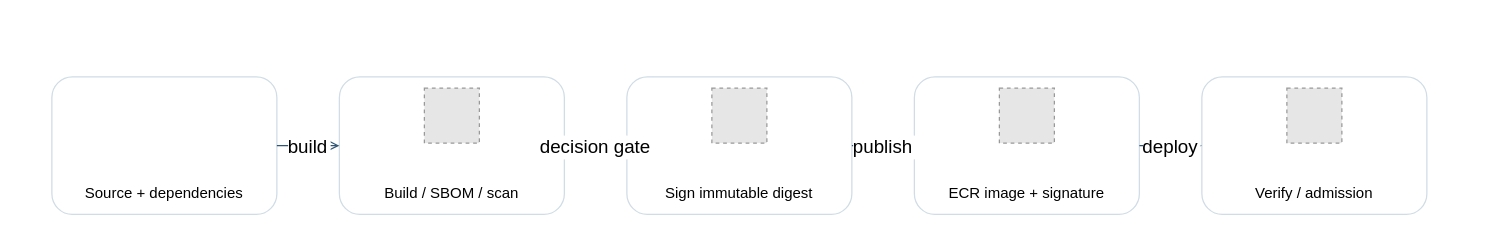
Above: workshop/static/images/supply-chain.drawio in toannd021104/AWS-Security-Workshop-EKS-defense-in-dept (draw.io), before the change. Source tidied: cells renumbered, new cells numbered last; positions are measured from the earlier drawing's top-left corner, leaving out a move shared by most shapes. Both pictures are drawn from the tidied source at 125%, with x=0, y=0 at pixel (51, 76). Pictures stored in the file or linked from it are replaced by grey dashed boxes.
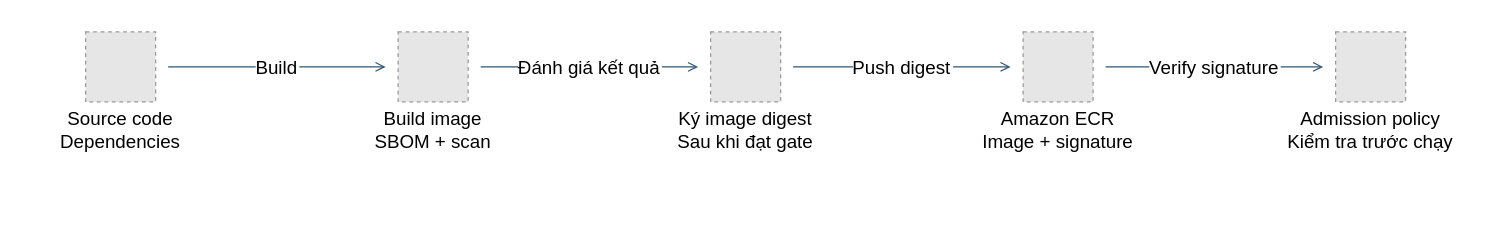
After the change.

Change to the diagram source:
```diff
@@
-<mxGraphModel background="#ffffff">
+<mxGraphModel>
   <root>
     <mxCell id="0" />
     <mxCell id="1" parent="0" />
-    <mxCell id="2" value="Source + dependencies" style="rounded=1;fillColor=#ffffff;strokeColor=#d0dce6;verticalAlign=bottom;spacingBottom=8;" parent="1" vertex="1">
-      <mxGeometry width="180" height="110" as="geometry" />
+    <mxCell id="2" value="Source code&#10;Dependencies" style="fillColor=none;strokeColor=none;fontSize=15;verticalAlign=bottom;spacingBottom=8;" parent="1" vertex="1">
+      <mxGeometry x="-25" y="-45" width="160" height="115" as="geometry" />
     </mxCell>
-    <mxCell id="3" value="Build / SBOM / scan" style="rounded=1;fillColor=#ffffff;strokeColor=#d0dce6;verticalAlign=bottom;spacingBottom=8;" parent="1" vertex="1">
-      <mxGeometry x="230" width="180" height="110" as="geometry" />
+    <mxCell id="3" value="Build image&#10;SBOM + scan" style="fillColor=none;strokeColor=none;fontSize=15;verticalAlign=bottom;spacingBottom=8;" parent="1" vertex="1">
+      <mxGeometry x="225" y="-45" width="160" height="115" as="geometry" />
     </mxCell>
-    <mxCell id="4" value="Sign immutable digest" style="rounded=1;fillColor=#ffffff;strokeColor=#d0dce6;verticalAlign=bottom;spacingBottom=8;" parent="1" vertex="1">
-      <mxGeometry x="460" width="180" height="110" as="geometry" />
+    <mxCell id="4" value="Ký image digest&#10;Sau khi đạt gate" style="fillColor=none;strokeColor=none;fontSize=15;verticalAlign=bottom;spacingBottom=8;" parent="1" vertex="1">
+      <mxGeometry x="475" y="-45" width="160" height="115" as="geometry" />
     </mxCell>
-    <mxCell id="5" value="ECR image + signature" style="rounded=1;fillColor=#ffffff;strokeColor=#d0dce6;verticalAlign=bottom;spacingBottom=8;" parent="1" vertex="1">
-      <mxGeometry x="690" width="180" height="110" as="geometry" />
+    <mxCell id="5" value="Amazon ECR&#10;Image + signature" style="fillColor=none;strokeColor=none;fontSize=15;verticalAlign=bottom;spacingBottom=8;" parent="1" vertex="1">
+      <mxGeometry x="725" y="-45" width="160" height="115" as="geometry" />
     </mxCell>
-    <mxCell id="6" value="Verify / admission" style="rounded=1;fillColor=#ffffff;strokeColor=#d0dce6;verticalAlign=bottom;spacingBottom=8;" parent="1" vertex="1">
-      <mxGeometry x="920" width="180" height="110" as="geometry" />
+    <mxCell id="6" value="Admission policy&#10;Kiểm tra trước chạy" style="fillColor=none;strokeColor=none;fontSize=15;verticalAlign=bottom;spacingBottom=8;" parent="1" vertex="1">
+      <mxGeometry x="975" y="-45" width="160" height="115" as="geometry" />
     </mxCell>
+    <mxCell id="15" style="fillColor=#E6E6E6;strokeColor=#999999;dashed=1;" parent="1" vertex="1">
+      <mxGeometry x="27" y="-36" width="56" height="56" as="geometry" />
+    </mxCell>
     <mxCell id="7" style="fillColor=#E6E6E6;strokeColor=#999999;dashed=1;" parent="1" vertex="1">
-      <mxGeometry x="298" y="9" width="44" height="44" as="geometry" />
+      <mxGeometry x="277" y="-36" width="56" height="56" as="geometry" />
     </mxCell>
     <mxCell id="8" style="fillColor=#E6E6E6;strokeColor=#999999;dashed=1;" parent="1" vertex="1">
-      <mxGeometry x="528" y="9" width="44" height="44" as="geometry" />
+      <mxGeometry x="527" y="-36" width="56" height="56" as="geometry" />
     </mxCell>
     <mxCell id="9" style="fillColor=#E6E6E6;strokeColor=#999999;dashed=1;" parent="1" vertex="1">
-      <mxGeometry x="758" y="9" width="44" height="44" as="geometry" />
+      <mxGeometry x="777" y="-36" width="56" height="56" as="geometry" />
     </mxCell>
     <mxCell id="10" style="fillColor=#E6E6E6;strokeColor=#999999;dashed=1;" parent="1" vertex="1">
-      <mxGeometry x="988" y="9" width="44" height="44" as="geometry" />
+      <mxGeometry x="1027" y="-36" width="56" height="56" as="geometry" />
     </mxCell>
-    <mxCell id="11" value="build" style="edgeStyle=orthogonalEdgeStyle;endArrow=open;fontSize=15;strokeColor=#315675;exitX=1.0;exitY=0.5;exitPerimeter=0;entryX=0.0;entryY=0.5;entryPerimeter=0;" parent="1" edge="1" source="2" target="3">
+    <mxCell id="11" value="Build" style="edgeStyle=orthogonalEdgeStyle;endArrow=open;fontSize=15;strokeColor=#315675;exitX=0.7375;exitY=0.3217391304347826;exitPerimeter=0;entryX=0.2625;entryY=0.3217391304347826;entryPerimeter=0;" parent="1" edge="1" source="2" target="3">
       <mxGeometry relative="1" as="geometry" />
     </mxCell>
-    <mxCell id="12" value="decision gate" style="edgeStyle=orthogonalEdgeStyle;endArrow=open;fontSize=15;strokeColor=#315675;exitX=1.0;exitY=0.5;exitPerimeter=0;entryX=0.0;entryY=0.5;entryPerimeter=0;" parent="1" edge="1" source="3" target="4">
+    <mxCell id="12" value="Đánh giá kết quả" style="edgeStyle=orthogonalEdgeStyle;endArrow=open;fontSize=15;strokeColor=#315675;exitX=0.7375;exitY=0.3217391304347826;exitPerimeter=0;entryX=0.2625;entryY=0.3217391304347826;entryPerimeter=0;" parent="1" edge="1" source="3" target="4">
       <mxGeometry relative="1" as="geometry" />
     </mxCell>
-    <mxCell id="13" value="publish" style="edgeStyle=orthogonalEdgeStyle;endArrow=open;fontSize=15;strokeColor=#315675;exitX=1.0;exitY=0.5;exitPerimeter=0;entryX=0.0;entryY=0.5;entryPerimeter=0;" parent="1" edge="1" source="4" target="5">
+    <mxCell id="13" value="Push digest" style="edgeStyle=orthogonalEdgeStyle;endArrow=open;fontSize=15;strokeColor=#315675;exitX=0.7375;exitY=0.3217391304347826;exitPerimeter=0;entryX=0.2625;entryY=0.3217391304347826;entryPerimeter=0;" parent="1" edge="1" source="4" target="5">
       <mxGeometry relative="1" as="geometry" />
     </mxCell>
-    <mxCell id="14" value="deploy" style="edgeStyle=orthogonalEdgeStyle;endArrow=open;fontSize=15;strokeColor=#315675;exitX=1.0;exitY=0.5;exitPerimeter=0;entryX=0.0;entryY=0.5;entryPerimeter=0;" parent="1" edge="1" source="5" target="6">
+    <mxCell id="14" value="Verify signature" style="edgeStyle=orthogonalEdgeStyle;endArrow=open;fontSize=15;strokeColor=#315675;exitX=0.7375;exitY=0.3217391304347826;exitPerimeter=0;entryX=0.2625;entryY=0.3217391304347826;entryPerimeter=0;" parent="1" edge="1" source="5" target="6">
       <mxGeometry relative="1" as="geometry" />
     </mxCell>
   </root>
 </mxGraphModel>
```
